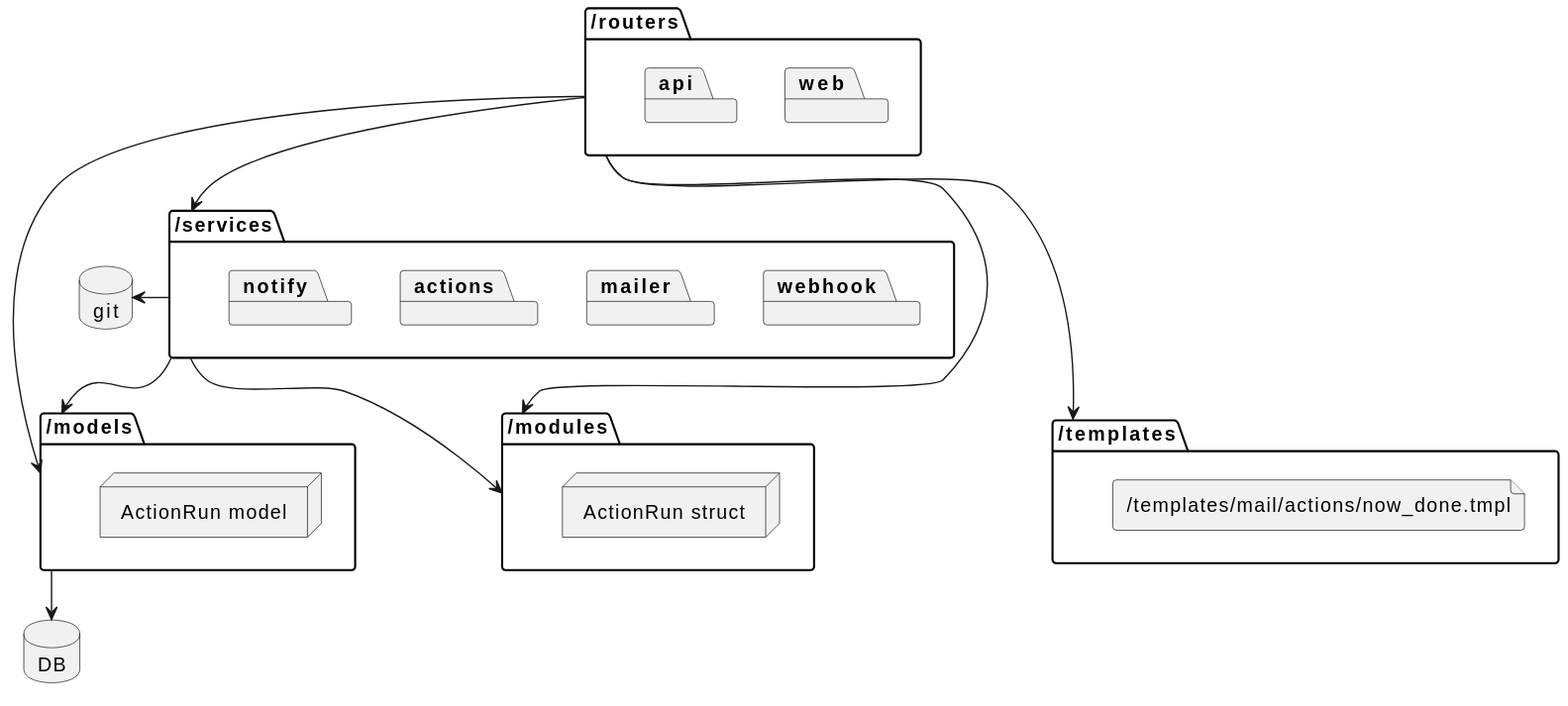
The PlantUML diagram src/articles/17_forgejo_actions_notification/architecture.svg in christopher-besch/homepage, before a commit.
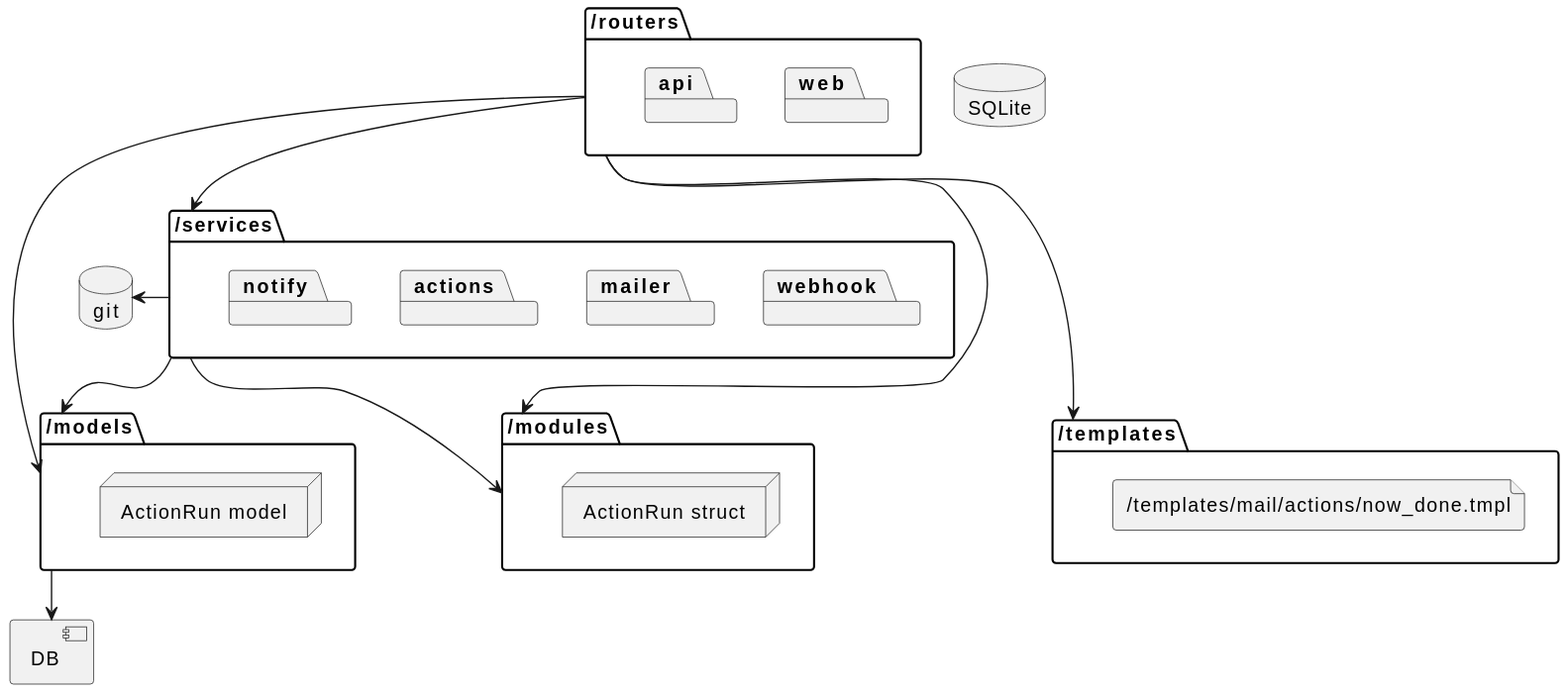
Later version of the same file.

Commit message:
feat: more work on forgejo article

Change to the diagram source:
```diff
@@ -20,7 +20,7 @@
 folder "/models" {
     node "ActionRun model"
 }
-database "DB"
+database "SQLite"
 
 folder "/modules" {
     node "ActionRun struct"
```
